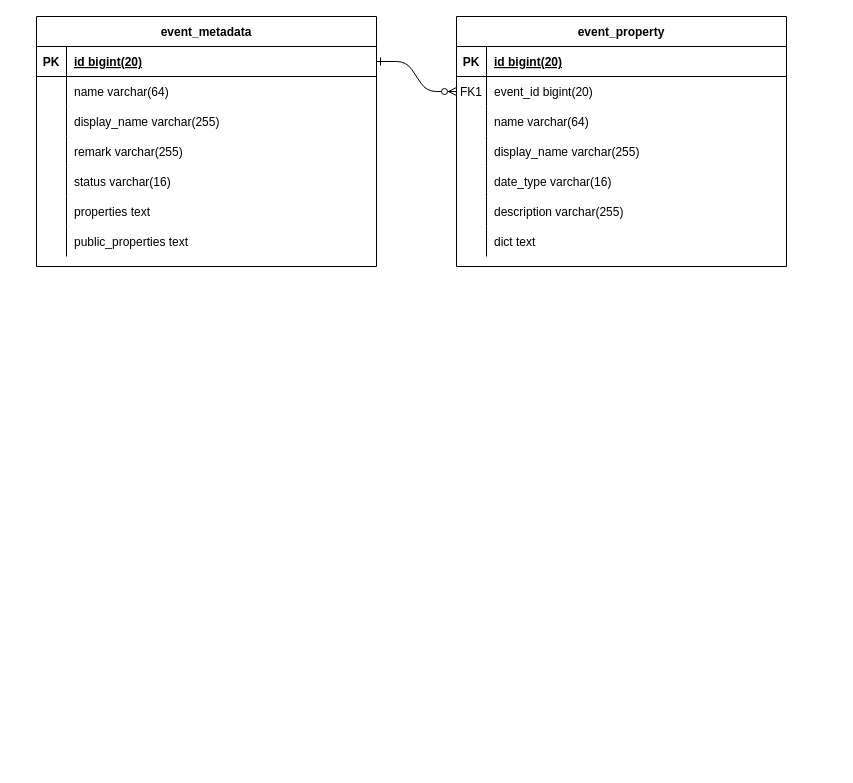
Above: 事件中心/事件中心ER图.drawio in NeverMore93/draw (draw.io), before the change. Source tidied: cells renumbered, new cells numbered last; positions are measured from the earlier drawing's top-left corner, leaving out a move shared by most shapes. Both pictures are drawn from the tidied source at 100%, with x=0, y=0 at pixel (36, 16).
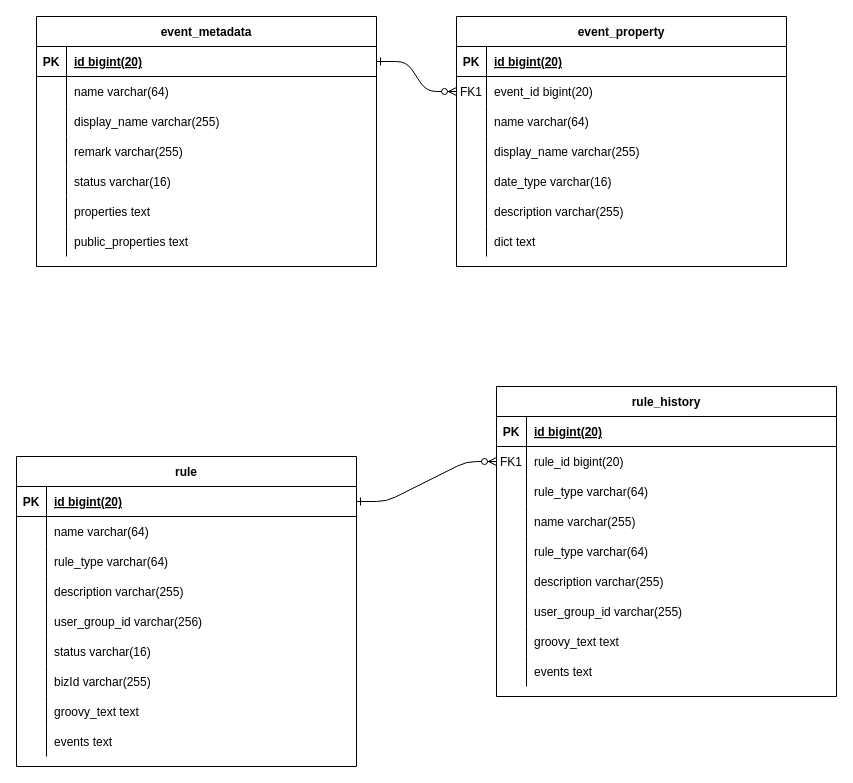
The same diagram, later.

Commit message:
更新事件中心ER图.drawio

Change to the diagram source:
```diff
@@
+    <mxCell id="47" value="rule" style="shape=table;startSize=30;childLayout=tableLayout;rowLines=0;fontStyle=1;align=center;" parent="1" vertex="1">
+      <mxGeometry x="-20" y="440" width="340" height="310" as="geometry" />
+    </mxCell>
+    <mxCell id="48" style="shape=partialRectangle;fillColor=none;points=[[0,0.5],[1,0.5]];portConstraint=eastwest;top=0;left=0;right=0;bottom=1;" parent="47" vertex="1">
+      <mxGeometry y="30" width="340" height="30" as="geometry" />
+    </mxCell>
+    <mxCell id="49" value="PK" style="shape=partialRectangle;overflow=hidden;fillColor=none;top=0;left=0;bottom=0;right=0;fontStyle=1;" parent="48" vertex="1">
+      <mxGeometry width="30" height="30" as="geometry" />
+    </mxCell>
+    <mxCell id="50" value="id bigint(20)" style="shape=partialRectangle;overflow=hidden;fillColor=none;top=0;left=0;bottom=0;right=0;align=left;spacingLeft=6;fontStyle=5;" parent="48" vertex="1">
+      <mxGeometry x="30" width="310" height="30" as="geometry" />
+    </mxCell>
+    <mxCell id="51" style="shape=partialRectangle;fillColor=none;top=0;left=0;right=0;bottom=0;" parent="47" vertex="1">
+      <mxGeometry y="60" width="340" height="30" as="geometry" />
+    </mxCell>
+    <mxCell id="52" style="shape=partialRectangle;overflow=hidden;fillColor=none;top=0;left=0;bottom=0;right=0;" parent="51" vertex="1">
+      <mxGeometry width="30" height="30" as="geometry" />
+    </mxCell>
+    <mxCell id="53" value="name varchar(64)" style="shape=partialRectangle;overflow=hidden;fillColor=none;top=0;left=0;bottom=0;right=0;align=left;spacingLeft=6;" parent="51" vertex="1">
+      <mxGeometry x="30" width="310" height="30" as="geometry" />
+    </mxCell>
+    <mxCell id="54" style="shape=partialRectangle;fillColor=none;top=0;left=0;right=0;bottom=0;" parent="47" vertex="1">
+      <mxGeometry y="90" width="340" height="30" as="geometry" />
+    </mxCell>
+    <mxCell id="55" style="shape=partialRectangle;overflow=hidden;fillColor=none;top=0;left=0;bottom=0;right=0;" parent="54" vertex="1">
+      <mxGeometry width="30" height="30" as="geometry" />
+    </mxCell>
+    <mxCell id="56" value="rule_type varchar(64)" style="shape=partialRectangle;overflow=hidden;fillColor=none;top=0;left=0;bottom=0;right=0;align=left;spacingLeft=6;" parent="54" vertex="1">
+      <mxGeometry x="30" width="310" height="30" as="geometry" />
+    </mxCell>
+    <mxCell id="57" style="shape=partialRectangle;fillColor=none;top=0;left=0;right=0;bottom=0;" parent="47" vertex="1">
+      <mxGeometry y="120" width="340" height="30" as="geometry" />
+    </mxCell>
+    <mxCell id="58" style="shape=partialRectangle;overflow=hidden;fillColor=none;top=0;left=0;bottom=0;right=0;" parent="57" vertex="1">
+      <mxGeometry width="30" height="30" as="geometry" />
+    </mxCell>
+    <mxCell id="59" value="description varchar(255)" style="shape=partialRectangle;overflow=hidden;fillColor=none;top=0;left=0;bottom=0;right=0;align=left;spacingLeft=6;" parent="57" vertex="1">
+      <mxGeometry x="30" width="310" height="30" as="geometry" />
+    </mxCell>
+    <mxCell id="60" style="shape=partialRectangle;fillColor=none;top=0;left=0;right=0;bottom=0;" parent="47" vertex="1">
+      <mxGeometry y="150" width="340" height="30" as="geometry" />
+    </mxCell>
+    <mxCell id="61" style="shape=partialRectangle;overflow=hidden;fillColor=none;top=0;left=0;bottom=0;right=0;" parent="60" vertex="1">
+      <mxGeometry width="30" height="30" as="geometry" />
+    </mxCell>
+    <mxCell id="62" value="user_group_id varchar(256)" style="shape=partialRectangle;overflow=hidden;fillColor=none;top=0;left=0;bottom=0;right=0;align=left;spacingLeft=6;" parent="60" vertex="1">
+      <mxGeometry x="30" width="310" height="30" as="geometry" />
+    </mxCell>
+    <mxCell id="63" style="shape=partialRectangle;fillColor=none;top=0;left=0;right=0;bottom=0;" parent="47" vertex="1">
+      <mxGeometry y="180" width="340" height="30" as="geometry" />
+    </mxCell>
+    <mxCell id="64" style="shape=partialRectangle;overflow=hidden;fillColor=none;top=0;left=0;bottom=0;right=0;" parent="63" vertex="1">
+      <mxGeometry width="30" height="30" as="geometry" />
+    </mxCell>
+    <mxCell id="65" value="status varchar(16)" style="shape=partialRectangle;overflow=hidden;fillColor=none;top=0;left=0;bottom=0;right=0;align=left;spacingLeft=6;" parent="63" vertex="1">
+      <mxGeometry x="30" width="310" height="30" as="geometry" />
+    </mxCell>
+    <mxCell id="66" style="shape=partialRectangle;fillColor=none;top=0;left=0;right=0;bottom=0;" parent="47" vertex="1">
+      <mxGeometry y="210" width="340" height="30" as="geometry" />
+    </mxCell>
+    <mxCell id="67" style="shape=partialRectangle;overflow=hidden;fillColor=none;top=0;left=0;bottom=0;right=0;" parent="66" vertex="1">
+      <mxGeometry width="30" height="30" as="geometry" />
+    </mxCell>
+    <mxCell id="68" value="bizId varchar(255)" style="shape=partialRectangle;overflow=hidden;fillColor=none;top=0;left=0;bottom=0;right=0;align=left;spacingLeft=6;" parent="66" vertex="1">
+      <mxGeometry x="30" width="310" height="30" as="geometry" />
+    </mxCell>
+    <mxCell id="69" style="shape=partialRectangle;fillColor=none;top=0;left=0;right=0;bottom=0;" parent="47" vertex="1">
+      <mxGeometry y="240" width="340" height="30" as="geometry" />
+    </mxCell>
+    <mxCell id="70" style="shape=partialRectangle;overflow=hidden;fillColor=none;top=0;left=0;bottom=0;right=0;" parent="69" vertex="1">
+      <mxGeometry width="30" height="30" as="geometry" />
+    </mxCell>
+    <mxCell id="71" value="groovy_text text" style="shape=partialRectangle;overflow=hidden;fillColor=none;top=0;left=0;bottom=0;right=0;align=left;spacingLeft=6;" parent="69" vertex="1">
+      <mxGeometry x="30" width="310" height="30" as="geometry" />
+    </mxCell>
+    <mxCell id="72" style="shape=partialRectangle;fillColor=none;top=0;left=0;right=0;bottom=0;" parent="47" vertex="1">
+      <mxGeometry y="270" width="340" height="30" as="geometry" />
+    </mxCell>
+    <mxCell id="73" style="shape=partialRectangle;overflow=hidden;fillColor=none;top=0;left=0;bottom=0;right=0;" parent="72" vertex="1">
+      <mxGeometry width="30" height="30" as="geometry" />
+    </mxCell>
+    <mxCell id="74" value="events text" style="shape=partialRectangle;overflow=hidden;fillColor=none;top=0;left=0;bottom=0;right=0;align=left;spacingLeft=6;" parent="72" vertex="1">
+      <mxGeometry x="30" width="310" height="30" as="geometry" />
+    </mxCell>
+    <mxCell id="75" value="rule_history" style="shape=table;startSize=30;childLayout=tableLayout;rowLines=0;fontStyle=1;align=center;" parent="1" vertex="1">
+      <mxGeometry x="460" y="370" width="340" height="310" as="geometry" />
+    </mxCell>
+    <mxCell id="76" style="shape=partialRectangle;fillColor=none;top=0;left=0;right=0;bottom=1;" parent="75" vertex="1">
+      <mxGeometry y="30" width="340" height="30" as="geometry" />
+    </mxCell>
+    <mxCell id="77" value="PK" style="shape=partialRectangle;overflow=hidden;fillColor=none;top=0;left=0;bottom=0;right=0;fontStyle=1;" parent="76" vertex="1">
+      <mxGeometry width="30" height="30" as="geometry" />
+    </mxCell>
+    <mxCell id="78" value="id bigint(20)" style="shape=partialRectangle;overflow=hidden;fillColor=none;top=0;left=0;bottom=0;right=0;align=left;spacingLeft=6;fontStyle=5;" parent="76" vertex="1">
+      <mxGeometry x="30" width="310" height="30" as="geometry" />
+    </mxCell>
+    <mxCell id="79" style="shape=partialRectangle;fillColor=none;points=[[0,0.5],[1,0.5]];portConstraint=eastwest;top=0;left=0;right=0;bottom=0;" parent="75" vertex="1">
+      <mxGeometry y="60" width="340" height="30" as="geometry" />
+    </mxCell>
+    <mxCell id="80" value="FK1" style="shape=partialRectangle;overflow=hidden;fillColor=none;top=0;left=0;bottom=0;right=0;" parent="79" vertex="1">
+      <mxGeometry width="30" height="30" as="geometry" />
+    </mxCell>
+    <mxCell id="81" value="rule_id bigint(20)" style="shape=partialRectangle;overflow=hidden;fillColor=none;top=0;left=0;bottom=0;right=0;align=left;spacingLeft=6;" parent="79" vertex="1">
+      <mxGeometry x="30" width="310" height="30" as="geometry" />
+    </mxCell>
+    <mxCell id="82" style="shape=partialRectangle;fillColor=none;top=0;left=0;right=0;bottom=0;" parent="75" vertex="1">
+      <mxGeometry y="90" width="340" height="30" as="geometry" />
+    </mxCell>
+    <mxCell id="83" style="shape=partialRectangle;overflow=hidden;fillColor=none;top=0;left=0;bottom=0;right=0;" parent="82" vertex="1">
+      <mxGeometry width="30" height="30" as="geometry" />
+    </mxCell>
+    <mxCell id="84" value="rule_type varchar(64)" style="shape=partialRectangle;overflow=hidden;fillColor=none;top=0;left=0;bottom=0;right=0;align=left;spacingLeft=6;" parent="82" vertex="1">
+      <mxGeometry x="30" width="310" height="30" as="geometry" />
+    </mxCell>
+    <mxCell id="85" style="shape=partialRectangle;fillColor=none;top=0;left=0;right=0;bottom=0;" parent="75" vertex="1">
+      <mxGeometry y="120" width="340" height="30" as="geometry" />
+    </mxCell>
+    <mxCell id="86" style="shape=partialRectangle;overflow=hidden;fillColor=none;top=0;left=0;bottom=0;right=0;" parent="85" vertex="1">
+      <mxGeometry width="30" height="30" as="geometry" />
+    </mxCell>
+    <mxCell id="87" value="name varchar(255)" style="shape=partialRectangle;overflow=hidden;fillColor=none;top=0;left=0;bottom=0;right=0;align=left;spacingLeft=6;" parent="85" vertex="1">
+      <mxGeometry x="30" width="310" height="30" as="geometry" />
+    </mxCell>
+    <mxCell id="88" style="shape=partialRectangle;fillColor=none;top=0;left=0;right=0;bottom=0;" parent="75" vertex="1">
+      <mxGeometry y="150" width="340" height="30" as="geometry" />
+    </mxCell>
+    <mxCell id="89" style="shape=partialRectangle;overflow=hidden;fillColor=none;top=0;left=0;bottom=0;right=0;" parent="88" vertex="1">
+      <mxGeometry width="30" height="30" as="geometry" />
+    </mxCell>
+    <mxCell id="90" value="rule_type varchar(64)" style="shape=partialRectangle;overflow=hidden;fillColor=none;top=0;left=0;bottom=0;right=0;align=left;spacingLeft=6;" parent="88" vertex="1">
+      <mxGeometry x="30" width="310" height="30" as="geometry" />
+    </mxCell>
+    <mxCell id="91" style="shape=partialRectangle;fillColor=none;top=0;left=0;right=0;bottom=0;" parent="75" vertex="1">
+      <mxGeometry y="180" width="340" height="30" as="geometry" />
+    </mxCell>
+    <mxCell id="92" style="shape=partialRectangle;overflow=hidden;fillColor=none;top=0;left=0;bottom=0;right=0;" parent="91" vertex="1">
+      <mxGeometry width="30" height="30" as="geometry" />
+    </mxCell>
+    <mxCell id="93" value="description varchar(255)" style="shape=partialRectangle;overflow=hidden;fillColor=none;top=0;left=0;bottom=0;right=0;align=left;spacingLeft=6;" parent="91" vertex="1">
+      <mxGeometry x="30" width="310" height="30" as="geometry" />
+    </mxCell>
+    <mxCell id="94" style="shape=partialRectangle;fillColor=none;top=0;left=0;right=0;bottom=0;" parent="75" vertex="1">
+      <mxGeometry y="210" width="340" height="30" as="geometry" />
+    </mxCell>
+    <mxCell id="95" style="shape=partialRectangle;overflow=hidden;fillColor=none;top=0;left=0;bottom=0;right=0;" parent="94" vertex="1">
+      <mxGeometry width="30" height="30" as="geometry" />
+    </mxCell>
+    <mxCell id="96" value="user_group_id varchar(255)" style="shape=partialRectangle;overflow=hidden;fillColor=none;top=0;left=0;bottom=0;right=0;align=left;spacingLeft=6;" parent="94" vertex="1">
+      <mxGeometry x="30" width="310" height="30" as="geometry" />
+    </mxCell>
+    <mxCell id="97" style="shape=partialRectangle;fillColor=none;top=0;left=0;right=0;bottom=0;" parent="75" vertex="1">
+      <mxGeometry y="240" width="340" height="30" as="geometry" />
+    </mxCell>
+    <mxCell id="98" style="shape=partialRectangle;overflow=hidden;fillColor=none;top=0;left=0;bottom=0;right=0;" parent="97" vertex="1">
+      <mxGeometry width="30" height="30" as="geometry" />
+    </mxCell>
+    <mxCell id="99" value="groovy_text text" style="shape=partialRectangle;overflow=hidden;fillColor=none;top=0;left=0;bottom=0;right=0;align=left;spacingLeft=6;" parent="97" vertex="1">
+      <mxGeometry x="30" width="310" height="30" as="geometry" />
+    </mxCell>
+    <mxCell id="100" style="shape=partialRectangle;fillColor=none;top=0;left=0;right=0;bottom=0;" parent="75" vertex="1">
+      <mxGeometry y="270" width="340" height="30" as="geometry" />
+    </mxCell>
+    <mxCell id="101" style="shape=partialRectangle;overflow=hidden;fillColor=none;top=0;left=0;bottom=0;right=0;" parent="100" vertex="1">
+      <mxGeometry width="30" height="30" as="geometry" />
+    </mxCell>
+    <mxCell id="102" value="events text" style="shape=partialRectangle;overflow=hidden;fillColor=none;top=0;left=0;bottom=0;right=0;align=left;spacingLeft=6;" parent="100" vertex="1">
+      <mxGeometry x="30" width="310" height="30" as="geometry" />
+    </mxCell>
+    <mxCell id="103" style="edgeStyle=entityRelationEdgeStyle;endArrow=ERzeroToMany;startArrow=ERone;endFill=1;startFill=0;exitX=1;exitY=0.5;exitDx=0;exitDy=0;entryX=0;entryY=0.5;entryDx=0;entryDy=0;" parent="1" edge="1" source="48" target="79">
+      <mxGeometry relative="1" as="geometry" />
+    </mxCell>
```
